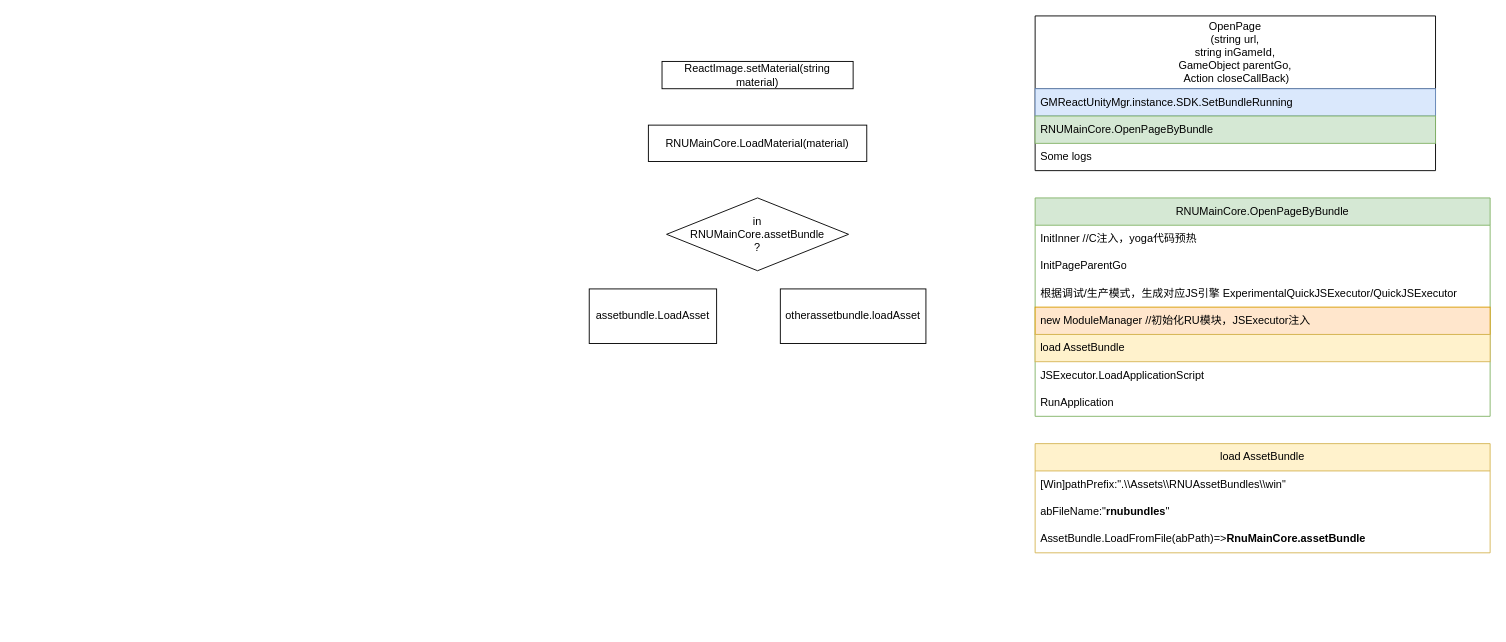
Owlcean/drawiorecord keeps this draw.io diagram as ReactUnity.drawio. Above is the earlier version. Source tidied: cells renumbered, new cells numbered last; positions are measured from the earlier drawing's top-left corner, leaving out a move shared by most shapes. Both pictures are drawn from the tidied source at 91%, with x=0, y=0 at pixel (589, 15).
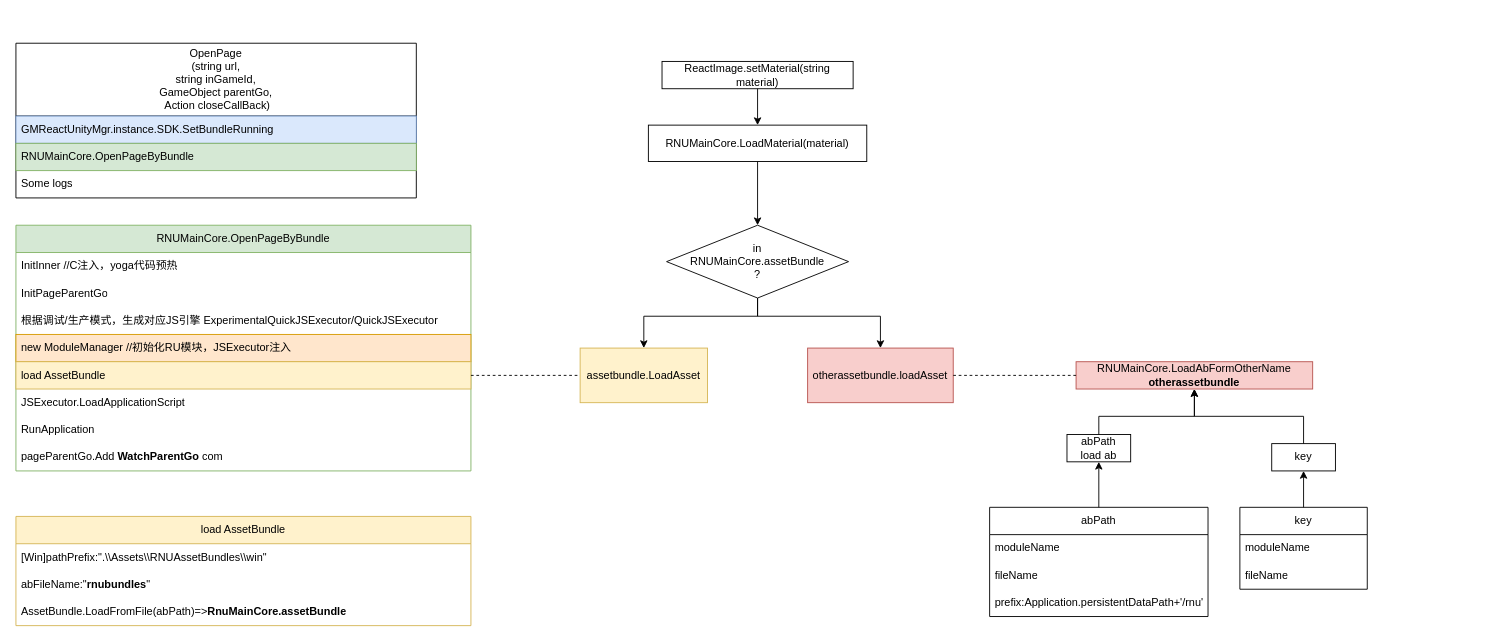
After the change.

The change refers to these unchanged cells:
```xml
<mxCell id="2" value="ReactImage.setMaterial(string material)" style="whiteSpace=wrap;html=1;" parent="1" vertex="1">
  <mxGeometry x="80" y="50" width="210" height="30" as="geometry" />
</mxCell>
<mxCell id="3" value="RNUMainCore.LoadMaterial(material)" style="whiteSpace=wrap;html=1;" parent="1" vertex="1">
  <mxGeometry x="65" y="120" width="240" height="40" as="geometry" />
</mxCell>
<mxCell id="16" value="load AssetBundle" style="text;strokeColor=#d6b656;fillColor=#fff2cc;align=left;verticalAlign=middle;spacingLeft=4;spacingRight=4;overflow=hidden;points=[[0,0.5],[1,0.5]];portConstraint=eastwest;whiteSpace=wrap;html=1;" parent="11" vertex="1">
  <mxGeometry y="150" width="500" height="30" as="geometry" />
</mxCell>
```

What changed in the source:
```diff
@@
-    <mxCell id="4" value="assetbundle.LoadAsset" style="rounded=0;whiteSpace=wrap;html=1;" parent="1" vertex="1">
-      <mxGeometry y="300" width="140" height="60" as="geometry" />
+    <mxCell id="4" value="assetbundle.LoadAsset" style="rounded=0;whiteSpace=wrap;html=1;fillColor=#fff2cc;strokeColor=#d6b656;" parent="1" vertex="1">
+      <mxGeometry x="-10" y="365" width="140" height="60" as="geometry" />
     </mxCell>
     <mxCell id="5" value="in&lt;br&gt;RNUMainCore.assetBundle&lt;br&gt;?" style="rhombus;whiteSpace=wrap;html=1;" parent="1" vertex="1">
-      <mxGeometry x="85" y="200" width="200" height="80" as="geometry" />
+      <mxGeometry x="85" y="230" width="200" height="80" as="geometry" />
     </mxCell>
-    <mxCell id="6" value="otherassetbundle.loadAsset" style="rounded=0;whiteSpace=wrap;html=1;" parent="1" vertex="1">
-      <mxGeometry x="210" y="300" width="160" height="60" as="geometry" />
+    <mxCell id="6" value="otherassetbundle.loadAsset" style="rounded=0;whiteSpace=wrap;html=1;fillColor=#f8cecc;strokeColor=#b85450;" parent="1" vertex="1">
+      <mxGeometry x="240" y="365" width="160" height="60" as="geometry" />
     </mxCell>
     <mxCell id="7" value="OpenPage&lt;br style=&quot;border-color: var(--border-color);&quot;&gt;(string url,&lt;br style=&quot;border-color: var(--border-color);&quot;&gt;string inGameId,&lt;br style=&quot;border-color: var(--border-color);&quot;&gt;GameObject parentGo,&lt;br style=&quot;border-color: var(--border-color);&quot;&gt;&amp;nbsp;Action closeCallBack)" style="swimlane;fontStyle=0;horizontal=1;startSize=80;whiteSpace=wrap;html=1;" parent="1" vertex="1">
-      <mxGeometry x="490" width="440" height="170" as="geometry" />
+      <mxGeometry x="-630" y="30" width="440" height="170" as="geometry" />
     </mxCell>
@@
     <mxCell id="11" value="&lt;span style=&quot;text-align: left;&quot;&gt;RNUMainCore.OpenPageByBundle&lt;/span&gt;" style="swimlane;fontStyle=0;horizontal=1;startSize=30;whiteSpace=wrap;html=1;fillColor=#d5e8d4;strokeColor=#82b366;" parent="1" vertex="1">
-      <mxGeometry x="490" y="200" width="500" height="240" as="geometry" />
+      <mxGeometry x="-630" y="230" width="500" height="270" as="geometry" />
     </mxCell>
@@
+    <mxCell id="23" value="pageParentGo.Add &lt;b&gt;WatchParentGo &lt;/b&gt;com" style="text;align=left;verticalAlign=middle;spacingLeft=4;spacingRight=4;overflow=hidden;whiteSpace=wrap;html=1;" parent="11" vertex="1">
+      <mxGeometry y="240" width="500" height="30" as="geometry" />
+    </mxCell>
     <mxCell id="19" value="&lt;span style=&quot;text-align: left;&quot;&gt;load AssetBundle&lt;/span&gt;" style="swimlane;fontStyle=0;horizontal=1;startSize=30;whiteSpace=wrap;html=1;fillColor=#fff2cc;strokeColor=#d6b656;" parent="1" vertex="1">
-      <mxGeometry x="490" y="470" width="500" height="120" as="geometry" />
+      <mxGeometry x="-630" y="550" width="500" height="120" as="geometry" />
     </mxCell>
@@
+    <mxCell id="24" value="key" style="whiteSpace=wrap;html=1;" parent="1" vertex="1">
+      <mxGeometry x="750" y="470" width="70" height="30" as="geometry" />
+    </mxCell>
+    <mxCell id="25" value="abPath&lt;br&gt;load ab" style="whiteSpace=wrap;html=1;" parent="1" vertex="1">
+      <mxGeometry x="525" y="460" width="70" height="30" as="geometry" />
+    </mxCell>
+    <mxCell id="26" value="RNUMainCore.LoadAbFormOtherName&lt;br&gt;&lt;b&gt;otherassetbundle&lt;/b&gt;" style="rounded=0;whiteSpace=wrap;html=1;fillColor=#f8cecc;strokeColor=#b85450;" parent="1" vertex="1">
+      <mxGeometry x="535" y="380" width="260" height="30" as="geometry" />
+    </mxCell>
+    <mxCell id="27" style="endArrow=classic;html=1;rounded=0;exitX=0.5;exitY=0;exitDx=0;exitDy=0;entryX=0.5;entryY=1;entryDx=0;entryDy=0;" parent="1" edge="1" source="24" target="26">
+      <mxGeometry relative="1" as="geometry">
+        <Array as="points">
+          <mxPoint x="785" y="440" />
+          <mxPoint x="665" y="440" />
+        </Array>
+      </mxGeometry>
+    </mxCell>
+    <mxCell id="28" style="endArrow=classic;html=1;rounded=0;exitX=0.5;exitY=0;exitDx=0;exitDy=0;entryX=0.5;entryY=1;entryDx=0;entryDy=0;" parent="1" edge="1" source="25" target="26">
+      <mxGeometry relative="1" as="geometry">
+        <Array as="points">
+          <mxPoint x="560" y="440" />
+          <mxPoint x="665" y="440" />
+        </Array>
+      </mxGeometry>
+    </mxCell>
+    <mxCell id="29" style="endArrow=none;dashed=1;html=1;rounded=0;exitX=1;exitY=0.5;exitDx=0;exitDy=0;entryX=0;entryY=0.5;entryDx=0;entryDy=0;" parent="1" edge="1" source="16" target="4">
+      <mxGeometry relative="1" as="geometry" />
+    </mxCell>
+    <mxCell id="30" value="abPath" style="swimlane;fontStyle=0;horizontal=1;startSize=30;whiteSpace=wrap;html=1;" parent="1" vertex="1">
+      <mxGeometry x="440" y="540" width="240" height="120" as="geometry" />
+    </mxCell>
+    <mxCell id="31" value="&lt;span style=&quot;text-align: center;&quot;&gt;moduleName&lt;/span&gt;" style="text;strokeColor=none;fillColor=none;align=left;verticalAlign=middle;spacingLeft=4;spacingRight=4;overflow=hidden;whiteSpace=wrap;html=1;" parent="30" vertex="1">
+      <mxGeometry y="30" width="240" height="30" as="geometry" />
+    </mxCell>
+    <mxCell id="32" value="&lt;span style=&quot;text-align: center;&quot;&gt;fileName&lt;/span&gt;" style="text;strokeColor=none;fillColor=none;align=left;verticalAlign=middle;spacingLeft=4;spacingRight=4;overflow=hidden;whiteSpace=wrap;html=1;" parent="30" vertex="1">
+      <mxGeometry y="60" width="240" height="30" as="geometry" />
+    </mxCell>
+    <mxCell id="33" value="prefix:&lt;span style=&quot;text-align: center;&quot;&gt;Application.persistentDataPath+'/rnu'&lt;/span&gt;" style="text;strokeColor=none;fillColor=none;align=left;verticalAlign=middle;spacingLeft=4;spacingRight=4;overflow=hidden;whiteSpace=wrap;html=1;" parent="30" vertex="1">
+      <mxGeometry y="90" width="240" height="30" as="geometry" />
+    </mxCell>
+    <mxCell id="34" value="key" style="swimlane;fontStyle=0;horizontal=1;startSize=30;whiteSpace=wrap;html=1;" parent="1" vertex="1">
+      <mxGeometry x="715" y="540" width="140" height="90" as="geometry" />
+    </mxCell>
+    <mxCell id="35" value="&lt;span style=&quot;text-align: center;&quot;&gt;moduleName&lt;/span&gt;" style="text;strokeColor=none;fillColor=none;align=left;verticalAlign=middle;spacingLeft=4;spacingRight=4;overflow=hidden;whiteSpace=wrap;html=1;" parent="34" vertex="1">
+      <mxGeometry y="30" width="140" height="30" as="geometry" />
+    </mxCell>
+    <mxCell id="36" value="&lt;span style=&quot;text-align: center;&quot;&gt;fileName&lt;/span&gt;" style="text;strokeColor=none;fillColor=none;align=left;verticalAlign=middle;spacingLeft=4;spacingRight=4;overflow=hidden;whiteSpace=wrap;html=1;" parent="34" vertex="1">
+      <mxGeometry y="60" width="140" height="30" as="geometry" />
+    </mxCell>
+    <mxCell id="37" style="endArrow=classic;html=1;rounded=0;exitX=0.5;exitY=0;exitDx=0;exitDy=0;entryX=0.5;entryY=1;entryDx=0;entryDy=0;" parent="1" edge="1" source="30" target="25">
+      <mxGeometry relative="1" as="geometry" />
+    </mxCell>
+    <mxCell id="38" style="endArrow=classic;html=1;rounded=0;exitX=0.5;exitY=0;exitDx=0;exitDy=0;entryX=0.5;entryY=1;entryDx=0;entryDy=0;" parent="1" edge="1" source="34" target="24">
+      <mxGeometry relative="1" as="geometry" />
+    </mxCell>
+    <mxCell id="39" style="endArrow=none;dashed=1;html=1;rounded=0;exitX=1;exitY=0.5;exitDx=0;exitDy=0;entryX=0;entryY=0.5;entryDx=0;entryDy=0;" parent="1" edge="1" source="6" target="26">
+      <mxGeometry relative="1" as="geometry" />
+    </mxCell>
+    <mxCell id="40" style="endArrow=classic;html=1;rounded=0;exitX=0.5;exitY=1;exitDx=0;exitDy=0;entryX=0.5;entryY=0;entryDx=0;entryDy=0;" parent="1" edge="1" source="2" target="3">
+      <mxGeometry relative="1" as="geometry" />
+    </mxCell>
+    <mxCell id="41" style="endArrow=classic;html=1;rounded=0;exitX=0.5;exitY=1;exitDx=0;exitDy=0;entryX=0.5;entryY=0;entryDx=0;entryDy=0;" parent="1" edge="1" source="3" target="5">
+      <mxGeometry relative="1" as="geometry" />
+    </mxCell>
+    <mxCell id="42" style="endArrow=classic;html=1;rounded=0;exitX=0.5;exitY=1;exitDx=0;exitDy=0;entryX=0.5;entryY=0;entryDx=0;entryDy=0;" parent="1" edge="1" source="5" target="4">
+      <mxGeometry relative="1" as="geometry">
+        <Array as="points">
+          <mxPoint x="185" y="330" />
+          <mxPoint x="60" y="330" />
+        </Array>
+      </mxGeometry>
+    </mxCell>
+    <mxCell id="43" style="endArrow=classic;html=1;rounded=0;exitX=0.5;exitY=1;exitDx=0;exitDy=0;entryX=0.5;entryY=0;entryDx=0;entryDy=0;" parent="1" edge="1" source="5" target="6">
+      <mxGeometry relative="1" as="geometry">
+        <Array as="points">
+          <mxPoint x="185" y="330" />
+          <mxPoint x="320" y="330" />
+        </Array>
+      </mxGeometry>
+    </mxCell>
```
